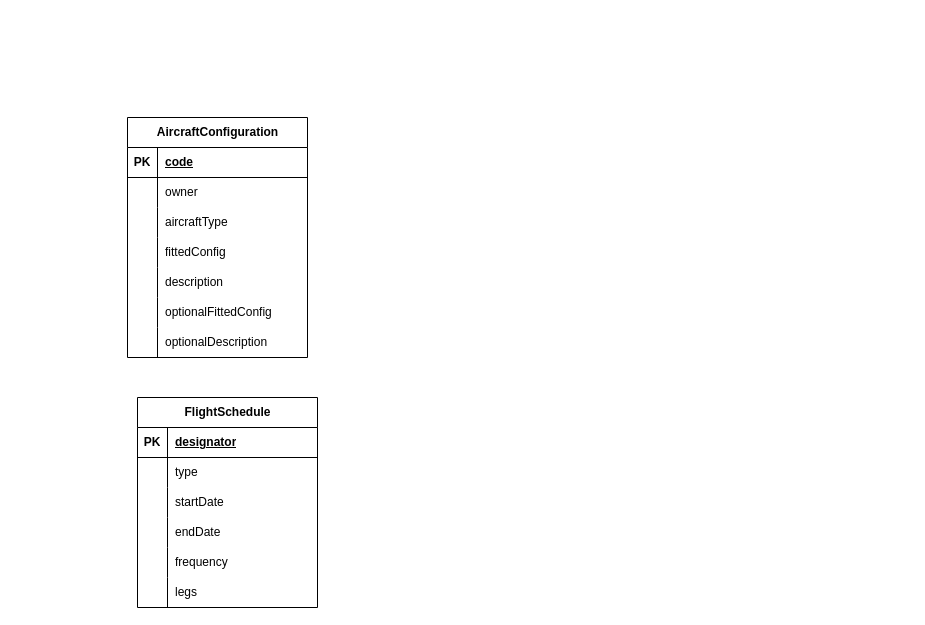
code-ashwin-m/database-design keeps this draw.io diagram as inventory.drawio. Above is the earlier version. Source tidied: cells renumbered, new cells numbered last; positions are measured from the earlier drawing's top-left corner, leaving out a move shared by most shapes. Both pictures are drawn from the tidied source at 100%, with x=0, y=0 at pixel (127, 117).
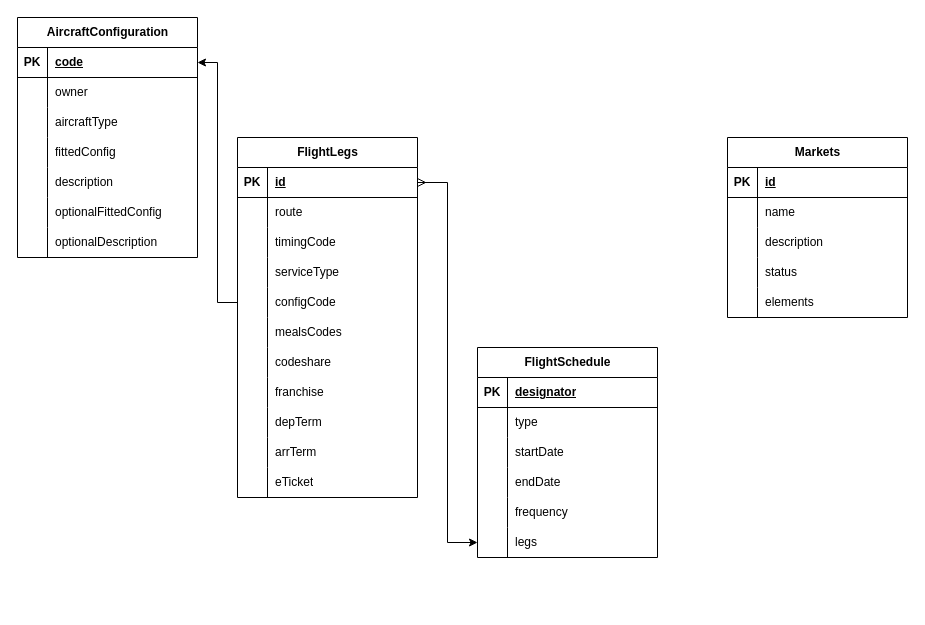
Above is the later version.

Unchanged cells that the change refers to:
```xml
<mxCell id="3" style="shape=tableRow;horizontal=0;startSize=0;swimlaneHead=0;swimlaneBody=0;fillColor=none;points=[[0,0.5],[1,0.5]];portConstraint=eastwest;top=0;left=0;right=0;bottom=1;" parent="2" vertex="1">
  <mxGeometry y="30" width="180" height="30" as="geometry" />
</mxCell>
<mxCell id="40" style="shape=tableRow;horizontal=0;startSize=0;swimlaneHead=0;swimlaneBody=0;fillColor=none;points=[[0,0.5],[1,0.5]];portConstraint=eastwest;top=0;left=0;right=0;bottom=0;" parent="24" vertex="1">
  <mxGeometry y="180" width="180" height="30" as="geometry" />
</mxCell>
```

Change to the diagram source:
```diff
@@
     <mxCell id="2" value="AircraftConfiguration" style="shape=table;startSize=30;childLayout=tableLayout;rowLines=0;fontStyle=1;align=center;html=1;" parent="1" vertex="1">
-      <mxGeometry width="180" height="240" as="geometry" />
+      <mxGeometry x="-110" y="-100" width="180" height="240" as="geometry" />
     </mxCell>
@@
     <mxCell id="24" value="FlightSchedule" style="shape=table;startSize=30;childLayout=tableLayout;rowLines=0;fontStyle=1;align=center;html=1;" parent="1" vertex="1">
-      <mxGeometry x="10" y="280" width="180" height="210" as="geometry" />
+      <mxGeometry x="350" y="230" width="180" height="210" as="geometry" />
     </mxCell>
@@
+    <mxCell id="43" value="FlightLegs" style="shape=table;startSize=30;childLayout=tableLayout;rowLines=0;fontStyle=1;align=center;html=1;" parent="1" vertex="1">
+      <mxGeometry x="110" y="20" width="180" height="360" as="geometry" />
+    </mxCell>
+    <mxCell id="44" style="shape=tableRow;horizontal=0;startSize=0;swimlaneHead=0;swimlaneBody=0;fillColor=none;points=[[0,0.5],[1,0.5]];portConstraint=eastwest;top=0;left=0;right=0;bottom=1;" parent="43" vertex="1">
+      <mxGeometry y="30" width="180" height="30" as="geometry" />
+    </mxCell>
+    <mxCell id="45" value="PK" style="shape=partialRectangle;fillColor=none;top=0;left=0;bottom=0;right=0;fontStyle=1;overflow=hidden;whiteSpace=wrap;html=1;" parent="44" vertex="1">
+      <mxGeometry width="30" height="30" as="geometry" />
+    </mxCell>
+    <mxCell id="46" value="id" style="shape=partialRectangle;fillColor=none;top=0;left=0;bottom=0;right=0;align=left;spacingLeft=6;fontStyle=5;overflow=hidden;whiteSpace=wrap;html=1;" parent="44" vertex="1">
+      <mxGeometry x="30" width="150" height="30" as="geometry" />
+    </mxCell>
+    <mxCell id="47" style="shape=tableRow;horizontal=0;startSize=0;swimlaneHead=0;swimlaneBody=0;fillColor=none;top=0;left=0;right=0;bottom=0;" parent="43" vertex="1">
+      <mxGeometry y="60" width="180" height="30" as="geometry" />
+    </mxCell>
+    <mxCell id="48" style="shape=partialRectangle;fillColor=none;top=0;left=0;bottom=0;right=0;overflow=hidden;whiteSpace=wrap;html=1;" parent="47" vertex="1">
+      <mxGeometry width="30" height="30" as="geometry" />
+    </mxCell>
+    <mxCell id="49" value="route" style="shape=partialRectangle;fillColor=none;top=0;left=0;bottom=0;right=0;align=left;spacingLeft=6;overflow=hidden;whiteSpace=wrap;html=1;" parent="47" vertex="1">
+      <mxGeometry x="30" width="150" height="30" as="geometry" />
+    </mxCell>
+    <mxCell id="50" style="shape=tableRow;horizontal=0;startSize=0;swimlaneHead=0;swimlaneBody=0;fillColor=none;top=0;left=0;right=0;bottom=0;" parent="43" vertex="1">
+      <mxGeometry y="90" width="180" height="30" as="geometry" />
+    </mxCell>
+    <mxCell id="51" style="shape=partialRectangle;fillColor=none;top=0;left=0;bottom=0;right=0;overflow=hidden;whiteSpace=wrap;html=1;" parent="50" vertex="1">
+      <mxGeometry width="30" height="30" as="geometry" />
+    </mxCell>
+    <mxCell id="52" value="timingCode" style="shape=partialRectangle;fillColor=none;top=0;left=0;bottom=0;right=0;align=left;spacingLeft=6;overflow=hidden;whiteSpace=wrap;html=1;" parent="50" vertex="1">
+      <mxGeometry x="30" width="150" height="30" as="geometry" />
+    </mxCell>
+    <mxCell id="53" style="shape=tableRow;horizontal=0;startSize=0;swimlaneHead=0;swimlaneBody=0;fillColor=none;top=0;left=0;right=0;bottom=0;" parent="43" vertex="1">
+      <mxGeometry y="120" width="180" height="30" as="geometry" />
+    </mxCell>
+    <mxCell id="54" style="shape=partialRectangle;fillColor=none;top=0;left=0;bottom=0;right=0;overflow=hidden;whiteSpace=wrap;html=1;" parent="53" vertex="1">
+      <mxGeometry width="30" height="30" as="geometry" />
+    </mxCell>
+    <mxCell id="55" value="serviceType" style="shape=partialRectangle;fillColor=none;top=0;left=0;bottom=0;right=0;align=left;spacingLeft=6;overflow=hidden;whiteSpace=wrap;html=1;" parent="53" vertex="1">
+      <mxGeometry x="30" width="150" height="30" as="geometry" />
+    </mxCell>
+    <mxCell id="56" style="shape=tableRow;horizontal=0;startSize=0;swimlaneHead=0;swimlaneBody=0;fillColor=none;points=[[0,0.5],[1,0.5]];portConstraint=eastwest;top=0;left=0;right=0;bottom=0;" parent="43" vertex="1">
+      <mxGeometry y="150" width="180" height="30" as="geometry" />
+    </mxCell>
+    <mxCell id="57" style="shape=partialRectangle;fillColor=none;top=0;left=0;bottom=0;right=0;overflow=hidden;whiteSpace=wrap;html=1;" parent="56" vertex="1">
+      <mxGeometry width="30" height="30" as="geometry" />
+    </mxCell>
+    <mxCell id="58" value="configCode" style="shape=partialRectangle;fillColor=none;top=0;left=0;bottom=0;right=0;align=left;spacingLeft=6;overflow=hidden;whiteSpace=wrap;html=1;" parent="56" vertex="1">
+      <mxGeometry x="30" width="150" height="30" as="geometry" />
+    </mxCell>
+    <mxCell id="59" style="shape=tableRow;horizontal=0;startSize=0;swimlaneHead=0;swimlaneBody=0;fillColor=none;top=0;left=0;right=0;bottom=0;" parent="43" vertex="1">
+      <mxGeometry y="180" width="180" height="30" as="geometry" />
+    </mxCell>
+    <mxCell id="60" style="shape=partialRectangle;fillColor=none;top=0;left=0;bottom=0;right=0;overflow=hidden;whiteSpace=wrap;html=1;" parent="59" vertex="1">
+      <mxGeometry width="30" height="30" as="geometry" />
+    </mxCell>
+    <mxCell id="61" value="mealsCodes" style="shape=partialRectangle;fillColor=none;top=0;left=0;bottom=0;right=0;align=left;spacingLeft=6;overflow=hidden;whiteSpace=wrap;html=1;" parent="59" vertex="1">
+      <mxGeometry x="30" width="150" height="30" as="geometry" />
+    </mxCell>
+    <mxCell id="62" style="shape=tableRow;horizontal=0;startSize=0;swimlaneHead=0;swimlaneBody=0;fillColor=none;top=0;left=0;right=0;bottom=0;" parent="43" vertex="1">
+      <mxGeometry y="210" width="180" height="30" as="geometry" />
+    </mxCell>
+    <mxCell id="63" style="shape=partialRectangle;fillColor=none;top=0;left=0;bottom=0;right=0;overflow=hidden;whiteSpace=wrap;html=1;" parent="62" vertex="1">
+      <mxGeometry width="30" height="30" as="geometry" />
+    </mxCell>
+    <mxCell id="64" value="codeshare" style="shape=partialRectangle;fillColor=none;top=0;left=0;bottom=0;right=0;align=left;spacingLeft=6;overflow=hidden;whiteSpace=wrap;html=1;" parent="62" vertex="1">
+      <mxGeometry x="30" width="150" height="30" as="geometry" />
+    </mxCell>
+    <mxCell id="65" style="shape=tableRow;horizontal=0;startSize=0;swimlaneHead=0;swimlaneBody=0;fillColor=none;top=0;left=0;right=0;bottom=0;" parent="43" vertex="1">
+      <mxGeometry y="240" width="180" height="30" as="geometry" />
+    </mxCell>
+    <mxCell id="66" style="shape=partialRectangle;fillColor=none;top=0;left=0;bottom=0;right=0;overflow=hidden;whiteSpace=wrap;html=1;" parent="65" vertex="1">
+      <mxGeometry width="30" height="30" as="geometry" />
+    </mxCell>
+    <mxCell id="67" value="franchise" style="shape=partialRectangle;fillColor=none;top=0;left=0;bottom=0;right=0;align=left;spacingLeft=6;overflow=hidden;whiteSpace=wrap;html=1;" parent="65" vertex="1">
+      <mxGeometry x="30" width="150" height="30" as="geometry" />
+    </mxCell>
+    <mxCell id="68" style="shape=tableRow;horizontal=0;startSize=0;swimlaneHead=0;swimlaneBody=0;fillColor=none;top=0;left=0;right=0;bottom=0;" parent="43" vertex="1">
+      <mxGeometry y="270" width="180" height="30" as="geometry" />
+    </mxCell>
+    <mxCell id="69" style="shape=partialRectangle;fillColor=none;top=0;left=0;bottom=0;right=0;overflow=hidden;whiteSpace=wrap;html=1;" parent="68" vertex="1">
+      <mxGeometry width="30" height="30" as="geometry" />
+    </mxCell>
+    <mxCell id="70" value="depTerm" style="shape=partialRectangle;fillColor=none;top=0;left=0;bottom=0;right=0;align=left;spacingLeft=6;overflow=hidden;whiteSpace=wrap;html=1;" parent="68" vertex="1">
+      <mxGeometry x="30" width="150" height="30" as="geometry" />
+    </mxCell>
+    <mxCell id="71" style="shape=tableRow;horizontal=0;startSize=0;swimlaneHead=0;swimlaneBody=0;fillColor=none;top=0;left=0;right=0;bottom=0;" parent="43" vertex="1">
+      <mxGeometry y="300" width="180" height="30" as="geometry" />
+    </mxCell>
+    <mxCell id="72" style="shape=partialRectangle;fillColor=none;top=0;left=0;bottom=0;right=0;overflow=hidden;whiteSpace=wrap;html=1;" parent="71" vertex="1">
+      <mxGeometry width="30" height="30" as="geometry" />
+    </mxCell>
+    <mxCell id="73" value="arrTerm" style="shape=partialRectangle;fillColor=none;top=0;left=0;bottom=0;right=0;align=left;spacingLeft=6;overflow=hidden;whiteSpace=wrap;html=1;" parent="71" vertex="1">
+      <mxGeometry x="30" width="150" height="30" as="geometry" />
+    </mxCell>
+    <mxCell id="74" style="shape=tableRow;horizontal=0;startSize=0;swimlaneHead=0;swimlaneBody=0;fillColor=none;top=0;left=0;right=0;bottom=0;" parent="43" vertex="1">
+      <mxGeometry y="330" width="180" height="30" as="geometry" />
+    </mxCell>
+    <mxCell id="75" style="shape=partialRectangle;fillColor=none;top=0;left=0;bottom=0;right=0;overflow=hidden;whiteSpace=wrap;html=1;" parent="74" vertex="1">
+      <mxGeometry width="30" height="30" as="geometry" />
+    </mxCell>
+    <mxCell id="76" value="eTicket" style="shape=partialRectangle;fillColor=none;top=0;left=0;bottom=0;right=0;align=left;spacingLeft=6;overflow=hidden;whiteSpace=wrap;html=1;" parent="74" vertex="1">
+      <mxGeometry x="30" width="150" height="30" as="geometry" />
+    </mxCell>
+    <mxCell id="77" style="edgeStyle=orthogonalEdgeStyle;rounded=0;jettySize=auto;html=1;startArrow=classic;startFill=1;endArrow=ERmany;endFill=0;" parent="1" edge="1" source="40" target="44">
+      <mxGeometry relative="1" as="geometry" />
+    </mxCell>
+    <mxCell id="78" style="edgeStyle=orthogonalEdgeStyle;rounded=0;jettySize=auto;html=1;" parent="1" edge="1" source="56" target="3">
+      <mxGeometry relative="1" as="geometry" />
+    </mxCell>
+    <mxCell id="79" value="Markets" style="shape=table;startSize=30;childLayout=tableLayout;rowLines=0;fontStyle=1;align=center;html=1;" parent="1" vertex="1">
+      <mxGeometry x="600" y="20" width="180" height="180" as="geometry" />
+    </mxCell>
+    <mxCell id="80" style="shape=tableRow;horizontal=0;startSize=0;swimlaneHead=0;swimlaneBody=0;fillColor=none;top=0;left=0;right=0;bottom=1;" parent="79" vertex="1">
+      <mxGeometry y="30" width="180" height="30" as="geometry" />
+    </mxCell>
+    <mxCell id="81" value="PK" style="shape=partialRectangle;fillColor=none;top=0;left=0;bottom=0;right=0;fontStyle=1;overflow=hidden;whiteSpace=wrap;html=1;" parent="80" vertex="1">
+      <mxGeometry width="30" height="30" as="geometry" />
+    </mxCell>
+    <mxCell id="82" value="id" style="shape=partialRectangle;fillColor=none;top=0;left=0;bottom=0;right=0;align=left;spacingLeft=6;fontStyle=5;overflow=hidden;whiteSpace=wrap;html=1;" parent="80" vertex="1">
+      <mxGeometry x="30" width="150" height="30" as="geometry" />
+    </mxCell>
+    <mxCell id="83" style="shape=tableRow;horizontal=0;startSize=0;swimlaneHead=0;swimlaneBody=0;fillColor=none;top=0;left=0;right=0;bottom=0;" parent="79" vertex="1">
+      <mxGeometry y="60" width="180" height="30" as="geometry" />
+    </mxCell>
+    <mxCell id="84" style="shape=partialRectangle;fillColor=none;top=0;left=0;bottom=0;right=0;overflow=hidden;whiteSpace=wrap;html=1;" parent="83" vertex="1">
+      <mxGeometry width="30" height="30" as="geometry" />
+    </mxCell>
+    <mxCell id="85" value="name" style="shape=partialRectangle;fillColor=none;top=0;left=0;bottom=0;right=0;align=left;spacingLeft=6;overflow=hidden;whiteSpace=wrap;html=1;" parent="83" vertex="1">
+      <mxGeometry x="30" width="150" height="30" as="geometry" />
+    </mxCell>
+    <mxCell id="86" style="shape=tableRow;horizontal=0;startSize=0;swimlaneHead=0;swimlaneBody=0;fillColor=none;top=0;left=0;right=0;bottom=0;" parent="79" vertex="1">
+      <mxGeometry y="90" width="180" height="30" as="geometry" />
+    </mxCell>
+    <mxCell id="87" style="shape=partialRectangle;fillColor=none;top=0;left=0;bottom=0;right=0;overflow=hidden;whiteSpace=wrap;html=1;" parent="86" vertex="1">
+      <mxGeometry width="30" height="30" as="geometry" />
+    </mxCell>
+    <mxCell id="88" value="description" style="shape=partialRectangle;fillColor=none;top=0;left=0;bottom=0;right=0;align=left;spacingLeft=6;overflow=hidden;whiteSpace=wrap;html=1;" parent="86" vertex="1">
+      <mxGeometry x="30" width="150" height="30" as="geometry" />
+    </mxCell>
+    <mxCell id="89" style="shape=tableRow;horizontal=0;startSize=0;swimlaneHead=0;swimlaneBody=0;fillColor=none;top=0;left=0;right=0;bottom=0;" parent="79" vertex="1">
+      <mxGeometry y="120" width="180" height="30" as="geometry" />
+    </mxCell>
+    <mxCell id="90" style="shape=partialRectangle;fillColor=none;top=0;left=0;bottom=0;right=0;overflow=hidden;whiteSpace=wrap;html=1;" parent="89" vertex="1">
+      <mxGeometry width="30" height="30" as="geometry" />
+    </mxCell>
+    <mxCell id="91" value="status" style="shape=partialRectangle;fillColor=none;top=0;left=0;bottom=0;right=0;align=left;spacingLeft=6;overflow=hidden;whiteSpace=wrap;html=1;" parent="89" vertex="1">
+      <mxGeometry x="30" width="150" height="30" as="geometry" />
+    </mxCell>
+    <mxCell id="92" style="shape=tableRow;horizontal=0;startSize=0;swimlaneHead=0;swimlaneBody=0;fillColor=none;top=0;left=0;right=0;bottom=0;" parent="79" vertex="1">
+      <mxGeometry y="150" width="180" height="30" as="geometry" />
+    </mxCell>
+    <mxCell id="93" style="shape=partialRectangle;fillColor=none;top=0;left=0;bottom=0;right=0;overflow=hidden;whiteSpace=wrap;html=1;" parent="92" vertex="1">
+      <mxGeometry width="30" height="30" as="geometry" />
+    </mxCell>
+    <mxCell id="94" value="elements" style="shape=partialRectangle;fillColor=none;top=0;left=0;bottom=0;right=0;align=left;spacingLeft=6;overflow=hidden;whiteSpace=wrap;html=1;" parent="92" vertex="1">
+      <mxGeometry x="30" width="150" height="30" as="geometry" />
+    </mxCell>
```
